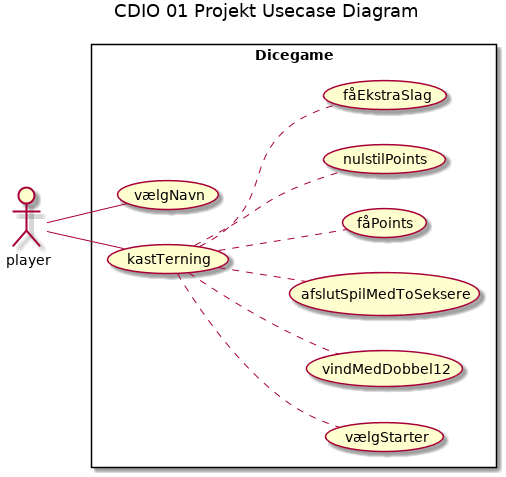
Before: UML/usecase.png, a diagram exported from PlantUML (madsstorgaardnielsen/CDIO1_20_del1).
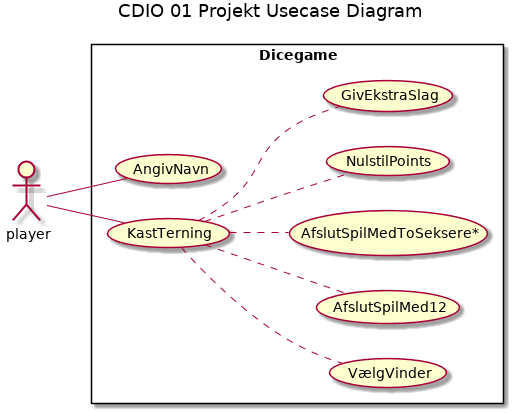
After the change.

Change to the diagram source:
```diff
@@ -3,13 +3,12 @@
 left to right direction
 actor player as p
 rectangle Dicegame{
-	p - (vælgNavn)
-	p -- (kastTerning)
-	(kastTerning) .. (vælgStarter)
-	(kastTerning) .. (vindMedDobbel12)
-	(kastTerning) .. (afslutSpilMedToSeksere)
-	(kastTerning) .. (fåPoints)
-	(kastTerning) .. (nulstilPoints)
-	(kastTerning) .. (fåEkstraSlag)
+	p - (AngivNavn)
+	p -- (KastTerning)
+	(KastTerning) .. (VælgVinder)
+	(KastTerning) .. (AfslutSpilMed12)
+	(KastTerning) .. (AfslutSpilMedToSeksere*)
+	(KastTerning) .. (NulstilPoints)
+	(KastTerning) .. (GivEkstraSlag)
 }
 @enduml
```
